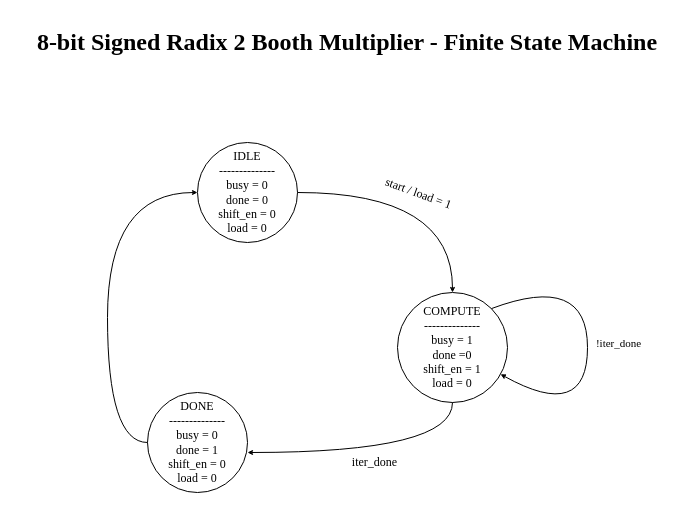
This is page "FSM" (2 of 3) of radix2-booth-multiplier/docs/booth_algorithm.drawio from AbdurRahman020/MEDS, a draw.io file, before an edit. Source tidied: cells renumbered, new cells numbered last; positions are measured from the earlier drawing's top-left corner, leaving out a move shared by most shapes. Both pictures are drawn from the tidied source at 100%, with x=0, y=0 at pixel (17, 17).
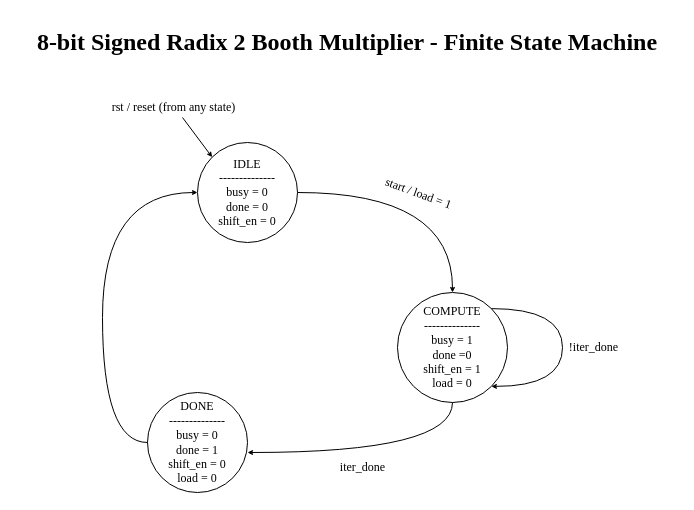
The same page after the edit.

Commit message (it also covers changes not shown here):
fix(docs): add reset state in FSM diagram

The edit, as a diff of the source:
```diff
@@
-    <mxCell id="2" value="IDLE&lt;br&gt;--------------&lt;div&gt;busy = 0&lt;br&gt;done = 0&lt;br&gt;shift_en = 0&lt;br&gt;load = 0&lt;/div&gt;" style="ellipse;whiteSpace=wrap;html=1;fontFamily=Times New Roman;" parent="1" vertex="1">
+    <mxCell id="2" value="IDLE&lt;br&gt;--------------&lt;div&gt;busy = 0&lt;br&gt;done = 0&lt;br&gt;shift_en = 0&lt;br&gt;&lt;/div&gt;" style="ellipse;whiteSpace=wrap;html=1;fontFamily=Times New Roman;fontSize=12;labelBackgroundColor=none;labelBorderColor=none;textShadow=0;convertToSvg=0;svgWhiteSpace=wrap;" parent="1" vertex="1">
       <mxGeometry x="180" y="125" width="100" height="100" as="geometry" />
     </mxCell>
-    <mxCell id="3" value="COMPUTE&lt;br&gt;--------------&lt;br&gt;busy = 1&lt;br&gt;done =0&lt;br&gt;shift_en = 1&lt;br&gt;load = 0" style="ellipse;whiteSpace=wrap;html=1;fontFamily=Times New Roman;" parent="1" vertex="1">
+    <mxCell id="3" value="COMPUTE&lt;br&gt;--------------&lt;br&gt;busy = 1&lt;br&gt;done =0&lt;br&gt;shift_en = 1&lt;br&gt;load = 0" style="ellipse;whiteSpace=wrap;html=1;fontFamily=Times New Roman;fontSize=12;convertToSvg=0;svgWhiteSpace=wrap;" parent="1" vertex="1">
       <mxGeometry x="380" y="275" width="110" height="110" as="geometry" />
     </mxCell>
-    <mxCell id="4" value="DONE&lt;br&gt;--------------&lt;br&gt;busy = 0&lt;br&gt;done = 1&lt;br&gt;shift_en = 0&lt;br&gt;load = 0" style="ellipse;whiteSpace=wrap;html=1;fontFamily=Times New Roman;" parent="1" vertex="1">
+    <mxCell id="4" value="DONE&lt;br&gt;--------------&lt;br&gt;busy = 0&lt;br&gt;done = 1&lt;br&gt;shift_en = 0&lt;br&gt;load = 0" style="ellipse;whiteSpace=wrap;html=1;fontFamily=Times New Roman;fontSize=12;" parent="1" vertex="1">
       <mxGeometry x="130" y="375" width="100" height="100" as="geometry" />
     </mxCell>
-    <mxCell id="5" value="&lt;font style=&quot;font-size: 12px;&quot;&gt;iter_done&lt;/font&gt;" style="endArrow=classic;html=1;rounded=0;exitX=0.5;exitY=1;exitDx=0;exitDy=0;edgeStyle=orthogonalEdgeStyle;curved=1;endSize=3;fontFamily=Times New Roman;" parent="1" edge="1" source="3">
-      <mxGeometry y="10" relative="1" as="geometry">
+    <mxCell id="5" value="&lt;font&gt;iter_done&lt;/font&gt;" style="endArrow=classic;html=1;rounded=0;exitX=0.5;exitY=1;exitDx=0;exitDy=0;edgeStyle=orthogonalEdgeStyle;curved=1;endSize=3;fontFamily=Times New Roman;fontSize=12;" parent="1" edge="1" source="3">
+      <mxGeometry x="0.1" y="15" relative="1" as="geometry">
         <mxPoint x="230" y="435" as="targetPoint" />
         <Array as="points">
           <mxPoint x="435" y="435" />
         </Array>
       </mxGeometry>
     </mxCell>
-    <mxCell id="6" style="endArrow=classic;html=1;rounded=0;entryX=0;entryY=0.5;entryDx=0;entryDy=0;exitX=0;exitY=0.5;exitDx=0;exitDy=0;edgeStyle=orthogonalEdgeStyle;curved=1;endSize=3;fontFamily=Times New Roman;" parent="1" edge="1" source="4" target="2">
+    <mxCell id="6" style="endArrow=classic;html=1;rounded=0;entryX=0;entryY=0.5;entryDx=0;entryDy=0;exitX=0;exitY=0.5;exitDx=0;exitDy=0;edgeStyle=orthogonalEdgeStyle;curved=1;endSize=3;fontFamily=Times New Roman;fontSize=12;" parent="1" edge="1" source="4" target="2">
       <mxGeometry relative="1" as="geometry">
         <Array as="points">
-          <mxPoint x="90" y="425" />
-          <mxPoint x="90" y="175" />
+          <mxPoint x="85" y="425" />
+          <mxPoint x="85" y="175" />
         </Array>
       </mxGeometry>
     </mxCell>
-    <mxCell id="7" style="endArrow=classic;html=1;rounded=0;exitX=1;exitY=0.5;exitDx=0;exitDy=0;entryX=0.5;entryY=0;entryDx=0;entryDy=0;edgeStyle=orthogonalEdgeStyle;curved=1;endSize=3;fontFamily=Times New Roman;" parent="1" edge="1" source="2" target="3">
+    <mxCell id="7" style="endArrow=classic;html=1;rounded=0;exitX=1;exitY=0.5;exitDx=0;exitDy=0;entryX=0.5;entryY=0;entryDx=0;entryDy=0;edgeStyle=orthogonalEdgeStyle;curved=1;endSize=3;fontFamily=Times New Roman;fontSize=12;" parent="1" edge="1" source="2" target="3">
       <mxGeometry relative="1" as="geometry" />
     </mxCell>
@@
-    <mxCell id="9" style="endArrow=classic;html=1;rounded=0;exitX=1;exitY=0;exitDx=0;exitDy=0;edgeStyle=orthogonalEdgeStyle;curved=1;endFill=1;endSize=3;fontFamily=Times New Roman;" parent="1" edge="1" source="3" target="3">
+    <mxCell id="9" style="endArrow=classic;html=1;rounded=0;exitX=1;exitY=0;exitDx=0;exitDy=0;edgeStyle=orthogonalEdgeStyle;curved=1;endFill=1;endSize=3;fontFamily=Times New Roman;entryX=1;entryY=1;entryDx=0;entryDy=0;fontSize=12;" parent="1" edge="1" source="3" target="3">
       <mxGeometry relative="1" as="geometry">
         <Array as="points">
-          <mxPoint x="570" y="255" />
+          <mxPoint x="545" y="291" />
+          <mxPoint x="545" y="369" />
         </Array>
       </mxGeometry>
     </mxCell>
-    <mxCell id="10" value="!iter_done" style="edgeLabel;html=1;align=center;verticalAlign=middle;fontFamily=Times New Roman;" parent="9" vertex="1">
+    <mxCell id="10" value="!iter_done" style="edgeLabel;html=1;align=center;verticalAlign=middle;fontFamily=Times New Roman;fontSize=12;" parent="9" vertex="1">
       <mxGeometry x="0.6" y="-2" relative="1" as="geometry">
-        <mxPoint x="55" y="-64" as="offset" />
+        <mxPoint x="58" y="-37" as="offset" />
       </mxGeometry>
     </mxCell>
@@
+    <mxCell id="12" style="endArrow=classic;html=1;rounded=0;entryX=0;entryY=0;entryDx=0;entryDy=0;endSize=3;fontSize=12;" parent="1" edge="1" target="2">
+      <mxGeometry relative="1" as="geometry">
+        <mxPoint x="165" y="100" as="sourcePoint" />
+      </mxGeometry>
+    </mxCell>
+    <mxCell id="13" value="&lt;font face=&quot;Times New Roman&quot;&gt;rst / reset (from any state)&lt;/font&gt;" style="edgeLabel;html=1;align=center;verticalAlign=middle;fontSize=12;" parent="12" vertex="1">
+      <mxGeometry x="-0.18" y="-1" relative="1" as="geometry">
+        <mxPoint x="-21" y="-27" as="offset" />
+      </mxGeometry>
+    </mxCell>
```
